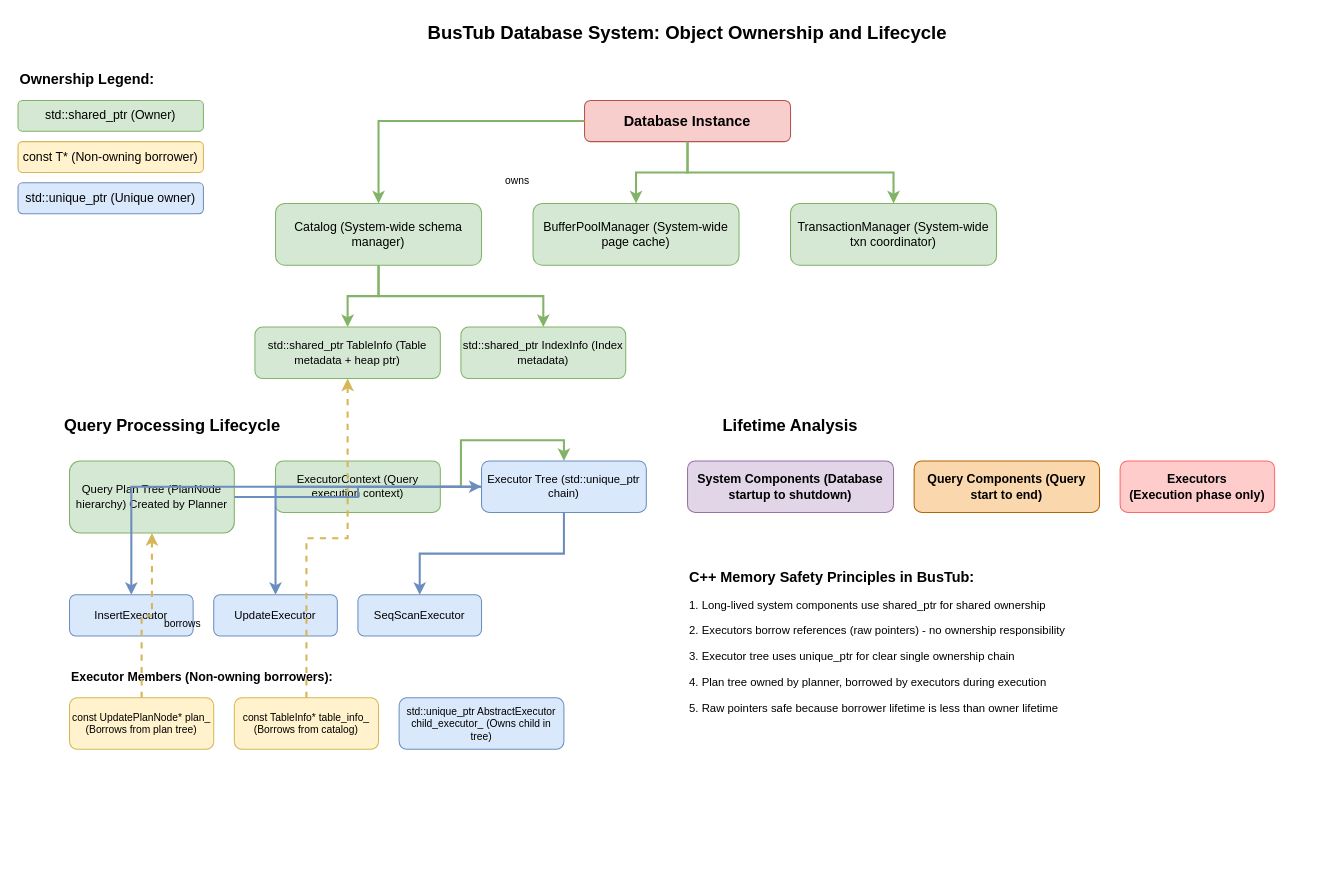
The draw.io diagram images/ownership_lifecycle.drawio in jrmhx/bustub-db, before the edit. Source tidied: cells renumbered, new cells numbered last; positions are measured from the earlier drawing's top-left corner, leaving out a move shared by most shapes. Both pictures are drawn from the tidied source at 103%, with x=0, y=0 at pixel (18, 18).
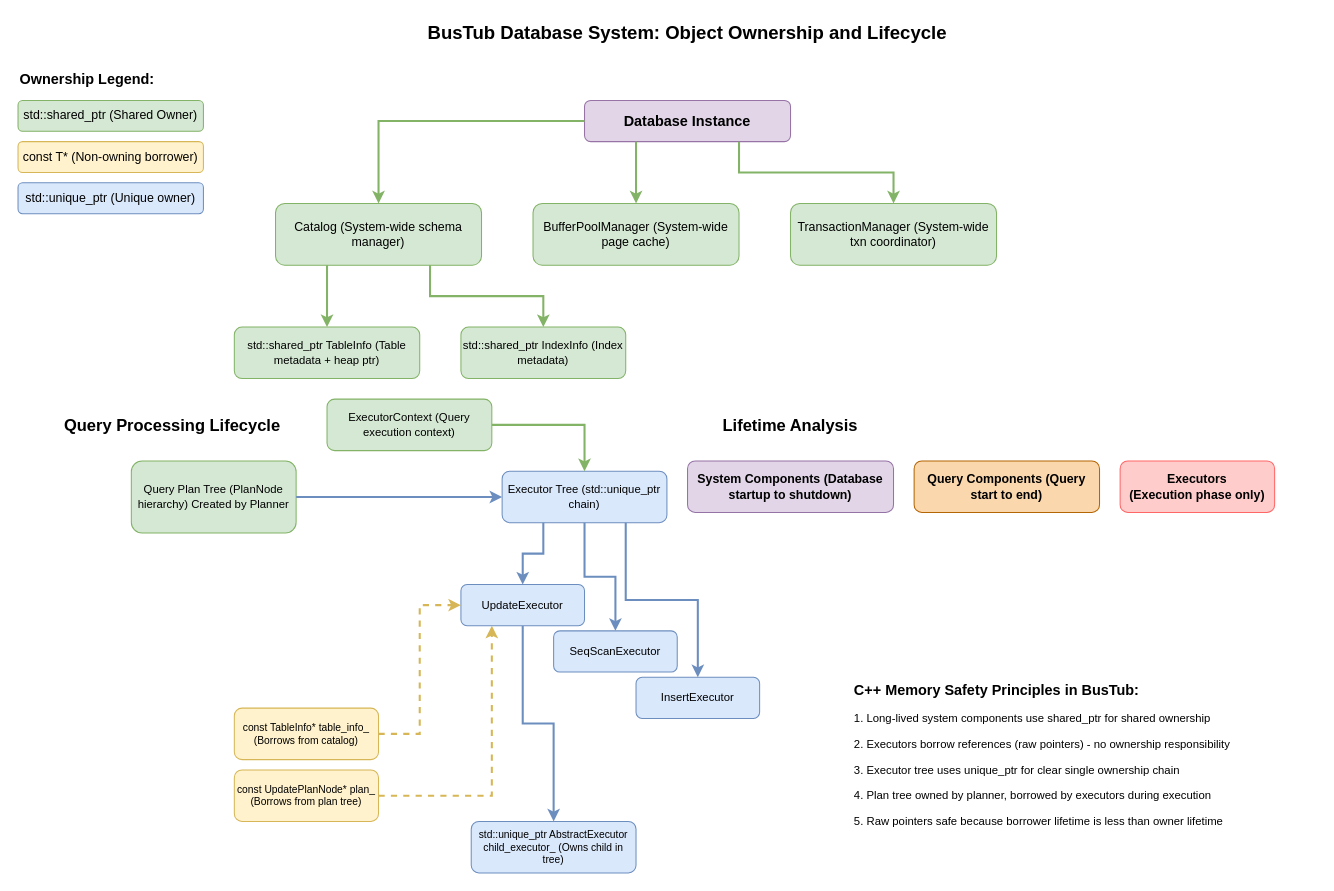
The same diagram, later.

Unchanged cells that the change refers to:
```xml
<mxCell id="8" value="Catalog (System-wide schema manager)" style="rounded=1;whiteSpace=wrap;html=1;fillColor=#d5e8d4;strokeColor=#82b366;fontSize=12;" parent="1" vertex="1">
  <mxGeometry x="250" y="180" width="200" height="60" as="geometry" />
</mxCell>
<mxCell id="9" value="BufferPoolManager (System-wide page cache)" style="rounded=1;whiteSpace=wrap;html=1;fillColor=#d5e8d4;strokeColor=#82b366;fontSize=12;" parent="1" vertex="1">
  <mxGeometry x="500" y="180" width="200" height="60" as="geometry" />
</mxCell>
<mxCell id="10" value="TransactionManager (System-wide txn coordinator)" style="rounded=1;whiteSpace=wrap;html=1;fillColor=#d5e8d4;strokeColor=#82b366;fontSize=12;" parent="1" vertex="1">
  <mxGeometry x="750" y="180" width="200" height="60" as="geometry" />
</mxCell>
<mxCell id="12" value="std::shared_ptr IndexInfo (Index metadata)" style="rounded=1;whiteSpace=wrap;html=1;fillColor=#d5e8d4;strokeColor=#82b366;fontSize=11;" parent="1" vertex="1">
  <mxGeometry x="430" y="300" width="160" height="50" as="geometry" />
</mxCell>
```

The edit, as a diff of the source:
```diff
@@
-    <mxCell id="4" value="std::shared_ptr (Owner)" style="rounded=1;whiteSpace=wrap;html=1;fillColor=#d5e8d4;strokeColor=#82b366;fontSize=12;" parent="1" vertex="1">
+    <mxCell id="4" value="std::shared_ptr (Shared Owner)" style="rounded=1;whiteSpace=wrap;html=1;fillColor=#d5e8d4;strokeColor=#82b366;fontSize=12;" parent="1" vertex="1">
       <mxGeometry y="80" width="180" height="30" as="geometry" />
     </mxCell>
@@
-    <mxCell id="7" value="Database Instance" style="rounded=1;whiteSpace=wrap;html=1;fillColor=#f8cecc;strokeColor=#b85450;fontSize=14;fontStyle=1;" parent="1" vertex="1">
+    <mxCell id="7" value="Database Instance" style="rounded=1;whiteSpace=wrap;html=1;fillColor=light-dark(#e1d5e7, #512d2b);strokeColor=light-dark(#9773a6, #d7817e);fontSize=14;fontStyle=1;" parent="1" vertex="1">
       <mxGeometry x="550" y="80" width="200" height="40" as="geometry" />
     </mxCell>
@@
     <mxCell id="11" value="std::shared_ptr TableInfo (Table metadata + heap ptr)" style="rounded=1;whiteSpace=wrap;html=1;fillColor=#d5e8d4;strokeColor=#82b366;fontSize=11;" parent="1" vertex="1">
-      <mxGeometry x="230" y="300" width="180" height="50" as="geometry" />
+      <mxGeometry x="210" y="300" width="180" height="50" as="geometry" />
     </mxCell>
@@
     <mxCell id="14" value="Query Plan Tree (PlanNode hierarchy) Created by Planner" style="rounded=1;whiteSpace=wrap;html=1;fillColor=#d5e8d4;strokeColor=#82b366;fontSize=11;" parent="1" vertex="1">
-      <mxGeometry x="50" y="430" width="160" height="70" as="geometry" />
+      <mxGeometry x="110" y="430" width="160" height="70" as="geometry" />
     </mxCell>
     <mxCell id="15" value="ExecutorContext (Query execution context)" style="rounded=1;whiteSpace=wrap;html=1;fillColor=#d5e8d4;strokeColor=#82b366;fontSize=11;" parent="1" vertex="1">
-      <mxGeometry x="250" y="430" width="160" height="50" as="geometry" />
+      <mxGeometry x="300" y="370" width="160" height="50" as="geometry" />
     </mxCell>
     <mxCell id="16" value="Executor Tree (std::unique_ptr chain)" style="rounded=1;whiteSpace=wrap;html=1;fillColor=#dae8fc;strokeColor=#6c8ebf;fontSize=11;" parent="1" vertex="1">
-      <mxGeometry x="450" y="430" width="160" height="50" as="geometry" />
+      <mxGeometry x="470" y="440" width="160" height="50" as="geometry" />
     </mxCell>
+    <mxCell id="48" style="edgeStyle=orthogonalEdgeStyle;rounded=0;jettySize=auto;html=1;entryX=0.5;entryY=0;entryDx=0;entryDy=0;exitX=0.5;exitY=1;exitDx=0;exitDy=0;fillColor=#0050ef;strokeColor=light-dark(#6c8ebf, #b2cbff);strokeWidth=2;" parent="1" edge="1" source="18" target="23">
+      <mxGeometry relative="1" as="geometry" />
+    </mxCell>
     <mxCell id="17" value="InsertExecutor" style="rounded=1;whiteSpace=wrap;html=1;fillColor=#dae8fc;strokeColor=#6c8ebf;fontSize=11;" parent="1" vertex="1">
-      <mxGeometry x="50" y="560" width="120" height="40" as="geometry" />
+      <mxGeometry x="600" y="640" width="120" height="40" as="geometry" />
     </mxCell>
     <mxCell id="18" value="UpdateExecutor" style="rounded=1;whiteSpace=wrap;html=1;fillColor=#dae8fc;strokeColor=#6c8ebf;fontSize=11;" parent="1" vertex="1">
-      <mxGeometry x="190" y="560" width="120" height="40" as="geometry" />
+      <mxGeometry x="430" y="550" width="120" height="40" as="geometry" />
     </mxCell>
     <mxCell id="19" value="SeqScanExecutor" style="rounded=1;whiteSpace=wrap;html=1;fillColor=#dae8fc;strokeColor=#6c8ebf;fontSize=11;" parent="1" vertex="1">
-      <mxGeometry x="330" y="560" width="120" height="40" as="geometry" />
+      <mxGeometry x="520" y="595" width="120" height="40" as="geometry" />
     </mxCell>
-    <mxCell id="20" value="Executor Members (Non-owning borrowers):" style="text;html=1;strokeColor=none;fillColor=none;align=left;verticalAlign=middle;whiteSpace=wrap;rounded=0;fontSize=12;fontStyle=1;" parent="1" vertex="1">
-      <mxGeometry x="50" y="630" width="300" height="20" as="geometry" />
-    </mxCell>
     <mxCell id="21" value="const UpdatePlanNode* plan_ (Borrows from plan tree)" style="rounded=1;whiteSpace=wrap;html=1;fillColor=#fff2cc;strokeColor=#d6b656;fontSize=10;" parent="1" vertex="1">
-      <mxGeometry x="50" y="660" width="140" height="50" as="geometry" />
+      <mxGeometry x="210" y="730" width="140" height="50" as="geometry" />
     </mxCell>
     <mxCell id="22" value="const TableInfo* table_info_ (Borrows from catalog)" style="rounded=1;whiteSpace=wrap;html=1;fillColor=#fff2cc;strokeColor=#d6b656;fontSize=10;" parent="1" vertex="1">
-      <mxGeometry x="210" y="660" width="140" height="50" as="geometry" />
+      <mxGeometry x="210" y="670" width="140" height="50" as="geometry" />
     </mxCell>
     <mxCell id="23" value="std::unique_ptr AbstractExecutor child_executor_ (Owns child in tree)" style="rounded=1;whiteSpace=wrap;html=1;fillColor=#dae8fc;strokeColor=#6c8ebf;fontSize=10;" parent="1" vertex="1">
-      <mxGeometry x="370" y="660" width="160" height="50" as="geometry" />
+      <mxGeometry x="440" y="780" width="160" height="50" as="geometry" />
     </mxCell>
@@
-    <mxCell id="28" value="C++ Memory Safety Principles in BusTub:" style="text;html=1;strokeColor=none;fillColor=none;align=left;verticalAlign=middle;whiteSpace=wrap;rounded=0;fontSize=14;fontStyle=1;" parent="1" vertex="1">
-      <mxGeometry x="650" y="530" width="350" height="25" as="geometry" />
-    </mxCell>
-    <mxCell id="29" value="1. Long-lived system components use shared_ptr for shared ownership" style="text;html=1;strokeColor=none;fillColor=none;align=left;verticalAlign=middle;whiteSpace=wrap;rounded=0;fontSize=11;" parent="1" vertex="1">
-      <mxGeometry x="650" y="560" width="450" height="20" as="geometry" />
-    </mxCell>
-    <mxCell id="30" value="2. Executors borrow references (raw pointers) - no ownership responsibility" style="text;html=1;strokeColor=none;fillColor=none;align=left;verticalAlign=middle;whiteSpace=wrap;rounded=0;fontSize=11;" parent="1" vertex="1">
-      <mxGeometry x="650" y="585" width="450" height="20" as="geometry" />
-    </mxCell>
-    <mxCell id="31" value="3. Executor tree uses unique_ptr for clear single ownership chain" style="text;html=1;strokeColor=none;fillColor=none;align=left;verticalAlign=middle;whiteSpace=wrap;rounded=0;fontSize=11;" parent="1" vertex="1">
-      <mxGeometry x="650" y="610" width="450" height="20" as="geometry" />
-    </mxCell>
-    <mxCell id="32" value="4. Plan tree owned by planner, borrowed by executors during execution" style="text;html=1;strokeColor=none;fillColor=none;align=left;verticalAlign=middle;whiteSpace=wrap;rounded=0;fontSize=11;" parent="1" vertex="1">
-      <mxGeometry x="650" y="635" width="450" height="20" as="geometry" />
-    </mxCell>
-    <mxCell id="33" value="5. Raw pointers safe because borrower lifetime is less than owner lifetime" style="text;html=1;strokeColor=none;fillColor=none;align=left;verticalAlign=middle;whiteSpace=wrap;rounded=0;fontSize=11;" parent="1" vertex="1">
-      <mxGeometry x="650" y="660" width="450" height="20" as="geometry" />
-    </mxCell>
@@
-    <mxCell id="35" style="edgeStyle=orthogonalEdgeStyle;rounded=0;jettySize=auto;html=1;entryX=0.5;entryY=0;entryDx=0;entryDy=0;strokeColor=#82b366;strokeWidth=2;" parent="1" edge="1" source="7" target="9">
+    <mxCell id="35" style="edgeStyle=orthogonalEdgeStyle;rounded=0;jettySize=auto;html=1;entryX=0.5;entryY=0;entryDx=0;entryDy=0;strokeColor=#82b366;strokeWidth=2;exitX=0.25;exitY=1;exitDx=0;exitDy=0;" parent="1" edge="1" source="7" target="9">
       <mxGeometry relative="1" as="geometry" />
     </mxCell>
-    <mxCell id="36" style="edgeStyle=orthogonalEdgeStyle;rounded=0;jettySize=auto;html=1;entryX=0.5;entryY=0;entryDx=0;entryDy=0;strokeColor=#82b366;strokeWidth=2;" parent="1" edge="1" source="7" target="10">
+    <mxCell id="36" style="edgeStyle=orthogonalEdgeStyle;rounded=0;jettySize=auto;html=1;entryX=0.5;entryY=0;entryDx=0;entryDy=0;strokeColor=#82b366;strokeWidth=2;exitX=0.75;exitY=1;exitDx=0;exitDy=0;" parent="1" edge="1" source="7" target="10">
       <mxGeometry relative="1" as="geometry" />
     </mxCell>
-    <mxCell id="37" style="edgeStyle=orthogonalEdgeStyle;rounded=0;jettySize=auto;html=1;entryX=0.5;entryY=0;entryDx=0;entryDy=0;strokeColor=#82b366;strokeWidth=2;" parent="1" edge="1" source="8" target="11">
+    <mxCell id="37" style="edgeStyle=orthogonalEdgeStyle;rounded=0;jettySize=auto;html=1;entryX=0.5;entryY=0;entryDx=0;entryDy=0;strokeColor=#82b366;strokeWidth=2;exitX=0.25;exitY=1;exitDx=0;exitDy=0;" parent="1" edge="1" source="8" target="11">
       <mxGeometry relative="1" as="geometry" />
     </mxCell>
-    <mxCell id="38" style="edgeStyle=orthogonalEdgeStyle;rounded=0;jettySize=auto;html=1;entryX=0.5;entryY=0;entryDx=0;entryDy=0;strokeColor=#82b366;strokeWidth=2;" parent="1" edge="1" source="8" target="12">
+    <mxCell id="38" style="edgeStyle=orthogonalEdgeStyle;rounded=0;jettySize=auto;html=1;entryX=0.5;entryY=0;entryDx=0;entryDy=0;strokeColor=#82b366;strokeWidth=2;exitX=0.75;exitY=1;exitDx=0;exitDy=0;" parent="1" edge="1" source="8" target="12">
       <mxGeometry relative="1" as="geometry" />
     </mxCell>
@@
-    <mxCell id="41" style="edgeStyle=orthogonalEdgeStyle;rounded=0;jettySize=auto;html=1;entryX=0.5;entryY=1;entryDx=0;entryDy=0;strokeColor=#d6b656;strokeWidth=2;dashed=1;" parent="1" edge="1" source="21" target="14">
+    <mxCell id="41" style="edgeStyle=orthogonalEdgeStyle;rounded=0;jettySize=auto;html=1;entryX=0.25;entryY=1;entryDx=0;entryDy=0;strokeColor=#d6b656;strokeWidth=2;dashed=1;" parent="1" edge="1" source="21" target="18">
       <mxGeometry relative="1" as="geometry" />
     </mxCell>
-    <mxCell id="42" style="edgeStyle=orthogonalEdgeStyle;rounded=0;jettySize=auto;html=1;entryX=0.5;entryY=1;entryDx=0;entryDy=0;strokeColor=#d6b656;strokeWidth=2;dashed=1;" parent="1" edge="1" source="22" target="11">
+    <mxCell id="42" style="edgeStyle=orthogonalEdgeStyle;rounded=0;jettySize=auto;html=1;strokeColor=#d6b656;strokeWidth=2;dashed=1;entryX=0;entryY=0.5;entryDx=0;entryDy=0;" parent="1" edge="1" source="22" target="18">
       <mxGeometry relative="1" as="geometry" />
     </mxCell>
-    <mxCell id="43" style="edgeStyle=orthogonalEdgeStyle;rounded=0;jettySize=auto;html=1;entryX=0.5;entryY=0;entryDx=0;entryDy=0;strokeColor=#6c8ebf;strokeWidth=2;" parent="1" edge="1" source="16" target="17">
+    <mxCell id="43" style="edgeStyle=orthogonalEdgeStyle;rounded=0;jettySize=auto;html=1;entryX=0.5;entryY=0;entryDx=0;entryDy=0;strokeColor=#6c8ebf;strokeWidth=2;exitX=0.75;exitY=1;exitDx=0;exitDy=0;" parent="1" edge="1" source="16" target="17">
       <mxGeometry relative="1" as="geometry" />
     </mxCell>
-    <mxCell id="44" style="edgeStyle=orthogonalEdgeStyle;rounded=0;jettySize=auto;html=1;entryX=0.5;entryY=0;entryDx=0;entryDy=0;strokeColor=#6c8ebf;strokeWidth=2;" parent="1" edge="1" source="16" target="18">
+    <mxCell id="44" style="edgeStyle=orthogonalEdgeStyle;rounded=0;jettySize=auto;html=1;entryX=0.5;entryY=0;entryDx=0;entryDy=0;strokeColor=#6c8ebf;strokeWidth=2;exitX=0.25;exitY=1;exitDx=0;exitDy=0;" parent="1" edge="1" source="16" target="18">
       <mxGeometry relative="1" as="geometry" />
     </mxCell>
@@
-    <mxCell id="46" value="owns" style="text;html=1;strokeColor=none;fillColor=none;align=center;verticalAlign=middle;whiteSpace=wrap;rounded=0;fontSize=10;" parent="1" vertex="1">
-      <mxGeometry x="470" y="150" width="30" height="15" as="geometry" />
-    </mxCell>
-    <mxCell id="47" value="borrows" style="text;html=1;strokeColor=none;fillColor=none;align=center;verticalAlign=middle;whiteSpace=wrap;rounded=0;fontSize=10;" parent="1" vertex="1">
-      <mxGeometry x="140" y="580" width="40" height="15" as="geometry" />
-    </mxCell>
+    <mxCell id="49" style="group;" parent="1" vertex="1">
+      <mxGeometry x="810" y="640" width="450" height="150" as="geometry" />
+    </mxCell>
+    <mxCell id="28" value="C++ Memory Safety Principles in BusTub:" style="text;html=1;strokeColor=none;fillColor=none;align=left;verticalAlign=middle;whiteSpace=wrap;rounded=0;fontSize=14;fontStyle=1;" parent="49" vertex="1">
+      <mxGeometry width="350" height="25" as="geometry" />
+    </mxCell>
+    <mxCell id="29" value="1. Long-lived system components use shared_ptr for shared ownership" style="text;html=1;strokeColor=none;fillColor=none;align=left;verticalAlign=middle;whiteSpace=wrap;rounded=0;fontSize=11;" parent="49" vertex="1">
+      <mxGeometry y="30" width="450" height="20" as="geometry" />
+    </mxCell>
+    <mxCell id="30" value="2. Executors borrow references (raw pointers) - no ownership responsibility" style="text;html=1;strokeColor=none;fillColor=none;align=left;verticalAlign=middle;whiteSpace=wrap;rounded=0;fontSize=11;" parent="49" vertex="1">
+      <mxGeometry y="55" width="450" height="20" as="geometry" />
+    </mxCell>
+    <mxCell id="31" value="3. Executor tree uses unique_ptr for clear single ownership chain" style="text;html=1;strokeColor=none;fillColor=none;align=left;verticalAlign=middle;whiteSpace=wrap;rounded=0;fontSize=11;" parent="49" vertex="1">
+      <mxGeometry y="80" width="450" height="20" as="geometry" />
+    </mxCell>
+    <mxCell id="32" value="4. Plan tree owned by planner, borrowed by executors during execution" style="text;html=1;strokeColor=none;fillColor=none;align=left;verticalAlign=middle;whiteSpace=wrap;rounded=0;fontSize=11;" parent="49" vertex="1">
+      <mxGeometry y="105" width="450" height="20" as="geometry" />
+    </mxCell>
+    <mxCell id="33" value="5. Raw pointers safe because borrower lifetime is less than owner lifetime" style="text;html=1;strokeColor=none;fillColor=none;align=left;verticalAlign=middle;whiteSpace=wrap;rounded=0;fontSize=11;" parent="49" vertex="1">
+      <mxGeometry y="130" width="450" height="20" as="geometry" />
+    </mxCell>
```
